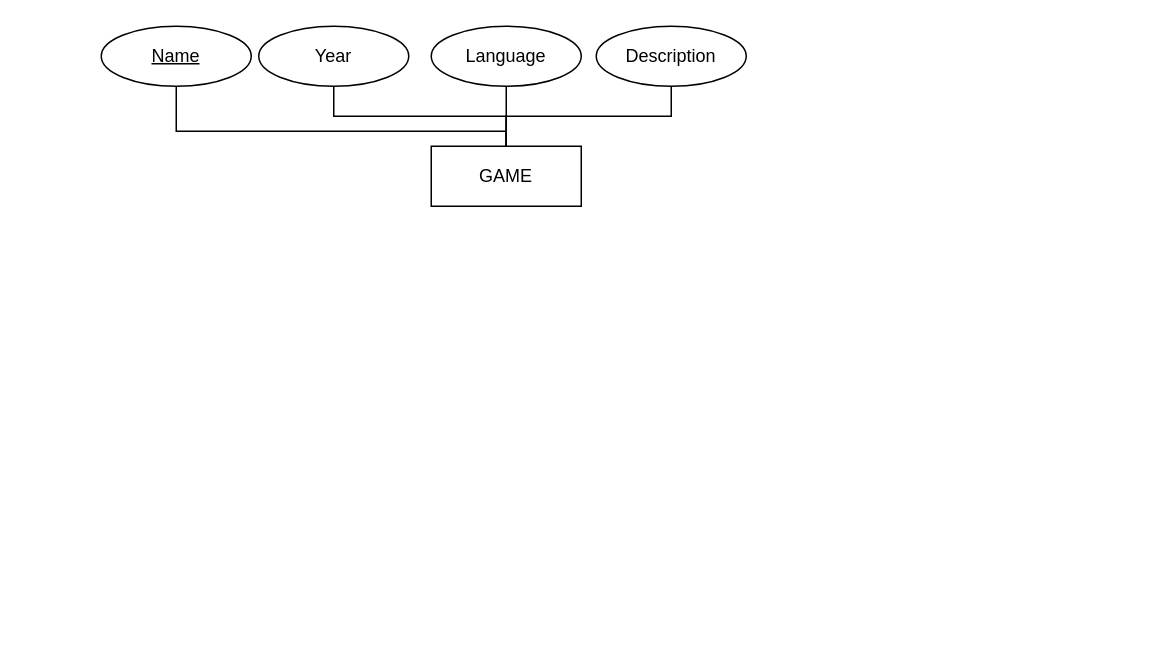
Above: Notes/Y1/S1/Intro to Information Systems/Module 1 (Conceptual Data Modeling)/GameER.drawio in Coup3z-pixel/Notes (draw.io), before the change. Source tidied: cells renumbered, new cells numbered last; positions are measured from the earlier drawing's top-left corner, leaving out a move shared by most shapes. Both pictures are drawn from the tidied source at 150%, with x=0, y=0 at pixel (100, 26).
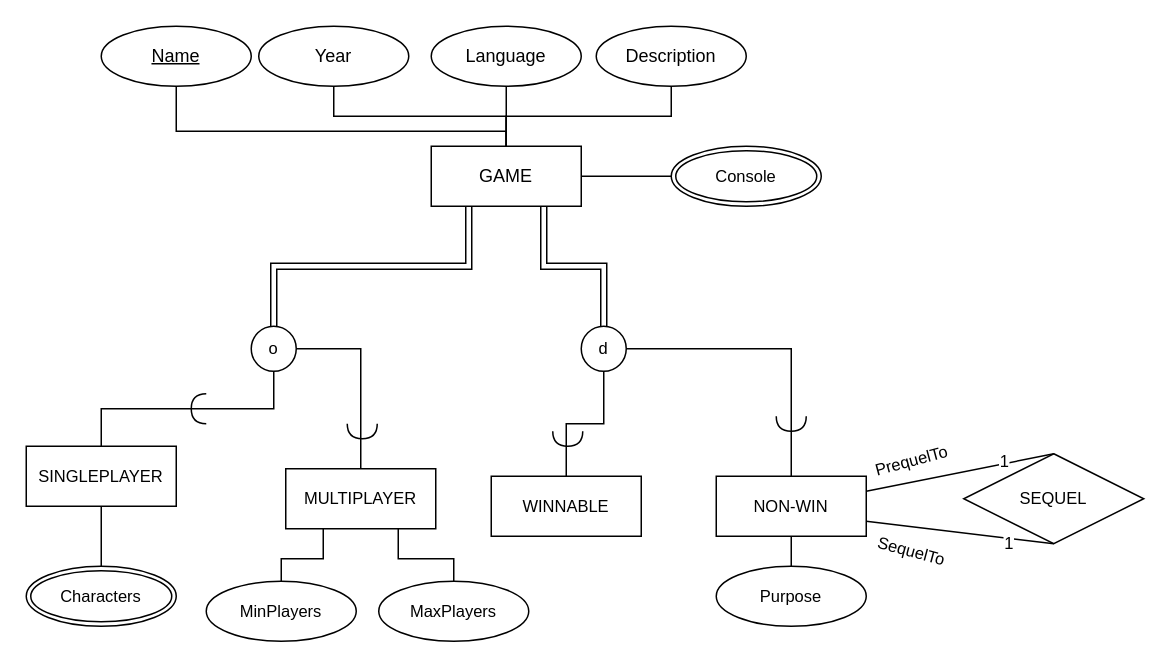
The same page after the edit.

The change refers to these unchanged cells:
```xml
<mxCell id="6" value="GAME" style="whiteSpace=wrap;html=1;align=center;" parent="1" vertex="1">
  <mxGeometry x="220" y="80" width="100" height="40" as="geometry" />
</mxCell>
```

The edit, as a diff of the source:
```diff
@@
+    <mxCell id="11" style="edgeStyle=orthogonalEdgeStyle;shape=connector;rounded=0;jettySize=auto;html=1;exitX=1;exitY=0.5;exitDx=0;exitDy=0;entryX=0;entryY=0.5;entryDx=0;entryDy=0;strokeColor=default;align=center;verticalAlign=middle;fontFamily=Helvetica;fontSize=11;fontColor=default;labelBackgroundColor=default;startFill=0;endArrow=none;" parent="1" edge="1" source="6" target="14">
+      <mxGeometry relative="1" as="geometry" />
+    </mxCell>
+    <mxCell id="12" style="edgeStyle=orthogonalEdgeStyle;shape=link;rounded=0;jettySize=auto;html=1;exitX=0.25;exitY=1;exitDx=0;exitDy=0;entryX=0.5;entryY=0;entryDx=0;entryDy=0;strokeColor=default;align=center;verticalAlign=middle;fontFamily=Helvetica;fontSize=11;fontColor=default;labelBackgroundColor=default;startFill=0;endArrow=none;" parent="1" edge="1" source="6" target="16">
+      <mxGeometry relative="1" as="geometry" />
+    </mxCell>
+    <mxCell id="13" style="edgeStyle=orthogonalEdgeStyle;shape=link;rounded=0;jettySize=auto;html=1;exitX=0.75;exitY=1;exitDx=0;exitDy=0;entryX=0.5;entryY=0;entryDx=0;entryDy=0;strokeColor=default;align=center;verticalAlign=middle;fontFamily=Helvetica;fontSize=11;fontColor=default;labelBackgroundColor=default;startFill=0;endArrow=none;" parent="1" edge="1" source="6" target="18">
+      <mxGeometry relative="1" as="geometry" />
+    </mxCell>
@@
+    <mxCell id="14" value="Console" style="ellipse;shape=doubleEllipse;margin=3;whiteSpace=wrap;html=1;align=center;fontFamily=Helvetica;fontSize=11;fontColor=default;labelBackgroundColor=default;" parent="1" vertex="1">
+      <mxGeometry x="380" y="80" width="100" height="40" as="geometry" />
+    </mxCell>
+    <mxCell id="15" style="edgeStyle=orthogonalEdgeStyle;shape=connector;rounded=0;jettySize=auto;html=1;exitX=0.5;exitY=1;exitDx=0;exitDy=0;entryX=0.5;entryY=0;entryDx=0;entryDy=0;strokeColor=default;align=center;verticalAlign=middle;fontFamily=Helvetica;fontSize=11;fontColor=default;labelBackgroundColor=default;startFill=0;endArrow=none;" parent="1" edge="1" source="16" target="20">
+      <mxGeometry relative="1" as="geometry" />
+    </mxCell>
+    <mxCell id="16" value="o" style="ellipse;whiteSpace=wrap;html=1;fontFamily=Helvetica;fontSize=11;fontColor=default;labelBackgroundColor=default;" parent="1" vertex="1">
+      <mxGeometry x="100" y="200" width="30" height="30" as="geometry" />
+    </mxCell>
+    <mxCell id="17" style="edgeStyle=orthogonalEdgeStyle;shape=connector;rounded=0;jettySize=auto;html=1;exitX=0.5;exitY=1;exitDx=0;exitDy=0;entryX=0.5;entryY=0;entryDx=0;entryDy=0;strokeColor=default;align=center;verticalAlign=middle;fontFamily=Helvetica;fontSize=11;fontColor=default;labelBackgroundColor=default;startFill=0;endArrow=none;" parent="1" edge="1" source="18" target="35">
+      <mxGeometry relative="1" as="geometry" />
+    </mxCell>
+    <mxCell id="18" value="d" style="ellipse;whiteSpace=wrap;html=1;fontFamily=Helvetica;fontSize=11;fontColor=default;labelBackgroundColor=default;" parent="1" vertex="1">
+      <mxGeometry x="320" y="200" width="30" height="30" as="geometry" />
+    </mxCell>
+    <mxCell id="19" style="edgeStyle=orthogonalEdgeStyle;shape=connector;rounded=0;jettySize=auto;html=1;exitX=0.5;exitY=1;exitDx=0;exitDy=0;entryX=0.5;entryY=0;entryDx=0;entryDy=0;strokeColor=default;align=center;verticalAlign=middle;fontFamily=Helvetica;fontSize=11;fontColor=default;labelBackgroundColor=default;startFill=0;endArrow=none;" parent="1" edge="1" source="20" target="43">
+      <mxGeometry relative="1" as="geometry" />
+    </mxCell>
+    <mxCell id="20" value="SINGLEPLAYER" style="whiteSpace=wrap;html=1;align=center;fontFamily=Helvetica;fontSize=11;fontColor=default;labelBackgroundColor=default;" parent="1" vertex="1">
+      <mxGeometry x="-50" y="280" width="100" height="40" as="geometry" />
+    </mxCell>
+    <mxCell id="21" style="shape=requiredInterface;html=1;verticalLabelPosition=bottom;sketch=0;fontFamily=Helvetica;fontSize=11;fontColor=default;labelBackgroundColor=default;direction=west;" parent="1" vertex="1">
+      <mxGeometry x="60" y="245" width="10" height="20" as="geometry" />
+    </mxCell>
+    <mxCell id="22" style="edgeStyle=orthogonalEdgeStyle;shape=connector;rounded=0;jettySize=auto;html=1;entryX=0.5;entryY=0;entryDx=0;entryDy=0;strokeColor=default;align=center;verticalAlign=middle;fontFamily=Helvetica;fontSize=11;fontColor=default;labelBackgroundColor=default;startFill=0;endArrow=none;exitX=1;exitY=0.5;exitDx=0;exitDy=0;" parent="1" edge="1" source="16" target="25">
+      <mxGeometry relative="1" as="geometry" />
+    </mxCell>
+    <mxCell id="23" style="edgeStyle=orthogonalEdgeStyle;shape=connector;rounded=0;jettySize=auto;html=1;exitX=0.75;exitY=1;exitDx=0;exitDy=0;strokeColor=default;align=center;verticalAlign=middle;fontFamily=Helvetica;fontSize=11;fontColor=default;labelBackgroundColor=default;startFill=0;endArrow=none;" parent="1" edge="1" source="25" target="41">
+      <mxGeometry relative="1" as="geometry" />
+    </mxCell>
+    <mxCell id="24" style="edgeStyle=orthogonalEdgeStyle;shape=connector;rounded=0;jettySize=auto;html=1;exitX=0.25;exitY=1;exitDx=0;exitDy=0;entryX=0.5;entryY=0;entryDx=0;entryDy=0;strokeColor=default;align=center;verticalAlign=middle;fontFamily=Helvetica;fontSize=11;fontColor=default;labelBackgroundColor=default;startFill=0;endArrow=none;" parent="1" edge="1" source="25" target="42">
+      <mxGeometry relative="1" as="geometry" />
+    </mxCell>
+    <mxCell id="25" value="MULTIPLAYER" style="whiteSpace=wrap;html=1;align=center;fontFamily=Helvetica;fontSize=11;fontColor=default;labelBackgroundColor=default;" parent="1" vertex="1">
+      <mxGeometry x="123" y="295" width="100" height="40" as="geometry" />
+    </mxCell>
+    <mxCell id="26" style="shape=requiredInterface;html=1;verticalLabelPosition=bottom;sketch=0;fontFamily=Helvetica;fontSize=11;fontColor=default;labelBackgroundColor=default;direction=south;" parent="1" vertex="1">
+      <mxGeometry x="164" y="265" width="20" height="10" as="geometry" />
+    </mxCell>
+    <mxCell id="27" value="SEQUEL" style="shape=rhombus;perimeter=rhombusPerimeter;whiteSpace=wrap;html=1;align=center;fontFamily=Helvetica;fontSize=11;fontColor=default;labelBackgroundColor=default;" parent="1" vertex="1">
+      <mxGeometry x="575" y="285" width="120" height="60" as="geometry" />
+    </mxCell>
+    <mxCell id="28" style="edgeStyle=orthogonalEdgeStyle;shape=connector;rounded=0;jettySize=auto;html=1;entryX=0.5;entryY=0;entryDx=0;entryDy=0;strokeColor=default;align=center;verticalAlign=middle;fontFamily=Helvetica;fontSize=11;fontColor=default;labelBackgroundColor=default;startFill=0;endArrow=none;exitX=1;exitY=0.5;exitDx=0;exitDy=0;" parent="1" edge="1" source="18" target="34">
+      <mxGeometry relative="1" as="geometry" />
+    </mxCell>
+    <mxCell id="29" style="shape=connector;rounded=0;jettySize=auto;html=1;exitX=1;exitY=0.25;exitDx=0;exitDy=0;entryX=0.5;entryY=0;entryDx=0;entryDy=0;strokeColor=default;align=center;verticalAlign=middle;fontFamily=Helvetica;fontSize=11;fontColor=default;labelBackgroundColor=default;startFill=0;endArrow=none;" parent="1" edge="1" source="34" target="27">
+      <mxGeometry relative="1" as="geometry" />
+    </mxCell>
+    <mxCell id="30" value="1" style="edgeLabel;html=1;align=center;verticalAlign=middle;fontFamily=Helvetica;fontSize=11;fontColor=default;labelBackgroundColor=default;" parent="29" vertex="1">
+      <mxGeometry x="0.48" y="2" relative="1" as="geometry" />
+    </mxCell>
+    <mxCell id="31" style="shape=connector;rounded=0;jettySize=auto;html=1;exitX=1;exitY=0.75;exitDx=0;exitDy=0;entryX=0.5;entryY=1;entryDx=0;entryDy=0;strokeColor=default;align=center;verticalAlign=middle;fontFamily=Helvetica;fontSize=11;fontColor=default;labelBackgroundColor=default;startFill=0;endArrow=none;" parent="1" edge="1" source="34" target="27">
+      <mxGeometry relative="1" as="geometry" />
+    </mxCell>
+    <mxCell id="32" value="1" style="edgeLabel;html=1;align=center;verticalAlign=middle;fontFamily=Helvetica;fontSize=11;fontColor=default;labelBackgroundColor=default;" parent="31" vertex="1">
+      <mxGeometry x="0.53" y="-3" relative="1" as="geometry" />
+    </mxCell>
+    <mxCell id="33" style="edgeStyle=orthogonalEdgeStyle;shape=connector;rounded=0;jettySize=auto;html=1;exitX=0.5;exitY=1;exitDx=0;exitDy=0;entryX=0.5;entryY=0;entryDx=0;entryDy=0;strokeColor=default;align=center;verticalAlign=middle;fontFamily=Helvetica;fontSize=11;fontColor=default;labelBackgroundColor=default;startFill=0;endArrow=none;" parent="1" edge="1" source="34" target="40">
+      <mxGeometry relative="1" as="geometry" />
+    </mxCell>
+    <mxCell id="34" value="NON-WIN" style="whiteSpace=wrap;html=1;align=center;fontFamily=Helvetica;fontSize=11;fontColor=default;labelBackgroundColor=default;" parent="1" vertex="1">
+      <mxGeometry x="410" y="300" width="100" height="40" as="geometry" />
+    </mxCell>
+    <mxCell id="35" value="WINNABLE" style="whiteSpace=wrap;html=1;align=center;fontFamily=Helvetica;fontSize=11;fontColor=default;labelBackgroundColor=default;" parent="1" vertex="1">
+      <mxGeometry x="260" y="300" width="100" height="40" as="geometry" />
+    </mxCell>
+    <mxCell id="36" value="PrequelTo" style="text;html=1;align=center;verticalAlign=middle;strokeColor=none;fillColor=none;fontFamily=Helvetica;fontSize=11;fontColor=default;labelBackgroundColor=default;rotation=-15;" parent="1" vertex="1">
+      <mxGeometry x="500" y="275" width="80" height="30" as="geometry" />
+    </mxCell>
+    <mxCell id="37" value="SequelTo" style="text;html=1;align=center;verticalAlign=middle;strokeColor=none;fillColor=none;fontFamily=Helvetica;fontSize=11;fontColor=default;labelBackgroundColor=default;rotation=15;" parent="1" vertex="1">
+      <mxGeometry x="505" y="335" width="70" height="30" as="geometry" />
+    </mxCell>
+    <mxCell id="38" style="shape=requiredInterface;html=1;verticalLabelPosition=bottom;sketch=0;fontFamily=Helvetica;fontSize=11;fontColor=default;labelBackgroundColor=default;direction=south;" parent="1" vertex="1">
+      <mxGeometry x="301" y="270" width="20" height="10" as="geometry" />
+    </mxCell>
+    <mxCell id="39" style="shape=requiredInterface;html=1;verticalLabelPosition=bottom;sketch=0;fontFamily=Helvetica;fontSize=11;fontColor=default;labelBackgroundColor=default;direction=south;" parent="1" vertex="1">
+      <mxGeometry x="450" y="260" width="20" height="10" as="geometry" />
+    </mxCell>
+    <mxCell id="40" value="Purpose" style="ellipse;whiteSpace=wrap;html=1;align=center;fontFamily=Helvetica;fontSize=11;fontColor=default;labelBackgroundColor=default;" parent="1" vertex="1">
+      <mxGeometry x="410" y="360" width="100" height="40" as="geometry" />
+    </mxCell>
+    <mxCell id="41" value="MaxPlayers" style="ellipse;whiteSpace=wrap;html=1;align=center;fontFamily=Helvetica;fontSize=11;fontColor=default;labelBackgroundColor=default;" parent="1" vertex="1">
+      <mxGeometry x="185" y="370" width="100" height="40" as="geometry" />
+    </mxCell>
+    <mxCell id="42" value="MinPlayers" style="ellipse;whiteSpace=wrap;html=1;align=center;fontFamily=Helvetica;fontSize=11;fontColor=default;labelBackgroundColor=default;" parent="1" vertex="1">
+      <mxGeometry x="70" y="370" width="100" height="40" as="geometry" />
+    </mxCell>
+    <mxCell id="43" value="Characters" style="ellipse;shape=doubleEllipse;margin=3;whiteSpace=wrap;html=1;align=center;fontFamily=Helvetica;fontSize=11;fontColor=default;labelBackgroundColor=default;" parent="1" vertex="1">
+      <mxGeometry x="-50" y="360" width="100" height="40" as="geometry" />
+    </mxCell>
```
